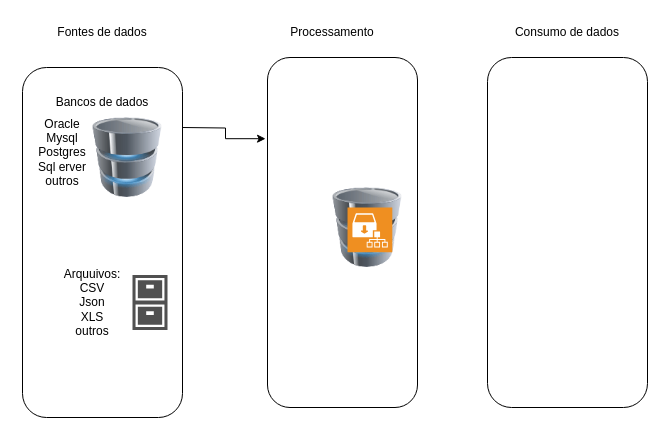
This is ebook.drawio from jaimesilvads/ebook, a draw.io file, before an edit. Source tidied: cells renumbered, new cells numbered last; positions are measured from the earlier drawing's top-left corner, leaving out a move shared by most shapes. Both pictures are drawn from the tidied source at 100%, with x=0, y=0 at pixel (17, 17).
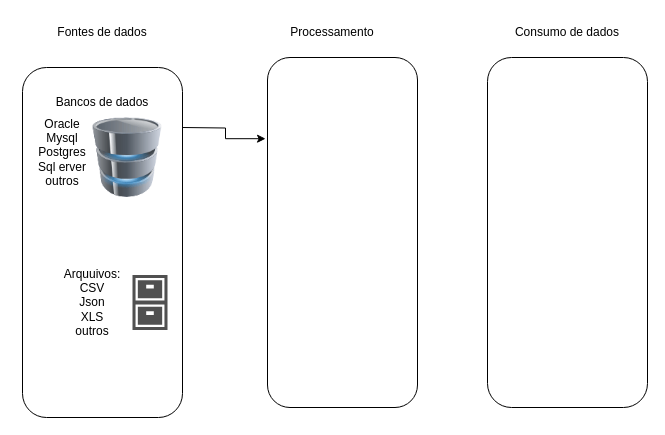
After the change.

Change to the diagram source:
```diff
@@
 <mxGraphModel>
   <root>
     <mxCell id="0" />
     <mxCell id="1" parent="0" />
     <mxCell id="2" style="edgeStyle=orthogonalEdgeStyle;rounded=0;jettySize=auto;html=1;entryX=-0.013;entryY=0.232;entryDx=0;entryDy=0;entryPerimeter=0;" parent="1" edge="1" target="4">
       <mxGeometry relative="1" as="geometry">
         <mxPoint x="165" y="110" as="sourcePoint" />
       </mxGeometry>
     </mxCell>
     <mxCell id="3" style="rounded=1;whiteSpace=wrap;html=1;" parent="1" vertex="1">
       <mxGeometry x="5" y="50" width="160" height="350" as="geometry" />
     </mxCell>
     <mxCell id="4" style="rounded=1;whiteSpace=wrap;html=1;" parent="1" vertex="1">
       <mxGeometry x="250" y="40" width="150" height="350" as="geometry" />
     </mxCell>
     <mxCell id="5" style="rounded=1;whiteSpace=wrap;html=1;" parent="1" vertex="1">
       <mxGeometry x="470" y="40" width="160" height="350" as="geometry" />
     </mxCell>
     <mxCell id="6" value="Fontes de dados" style="text;strokeColor=none;align=center;fillColor=none;html=1;verticalAlign=middle;whiteSpace=wrap;rounded=0;" parent="1" vertex="1">
       <mxGeometry x="10" width="150" height="30" as="geometry" />
     </mxCell>
     <mxCell id="7" value="Processamento" style="text;strokeColor=none;align=center;fillColor=none;html=1;verticalAlign=middle;whiteSpace=wrap;rounded=0;" parent="1" vertex="1">
       <mxGeometry x="240" width="150" height="30" as="geometry" />
     </mxCell>
     <mxCell id="8" value="Consumo de dados" style="text;strokeColor=none;align=center;fillColor=none;html=1;verticalAlign=middle;whiteSpace=wrap;rounded=0;" parent="1" vertex="1">
       <mxGeometry x="475" width="150" height="30" as="geometry" />
     </mxCell>
     <mxCell id="9" style="image;html=1;image=img/lib/clip_art/computers/Database_128x128.png;" parent="1" vertex="1">
       <mxGeometry x="70" y="100" width="80" height="80" as="geometry" />
     </mxCell>
-    <mxCell id="10" style="image;html=1;image=img/lib/clip_art/computers/Database_128x128.png;" parent="1" vertex="1">
-      <mxGeometry x="310" y="170" width="80" height="80" as="geometry" />
-    </mxCell>
-    <mxCell id="11" style="shadow=0;dashed=0;html=1;strokeColor=none;fillColor=#EF8F21;labelPosition=center;verticalLabelPosition=bottom;verticalAlign=top;align=center;shape=mxgraph.veeam.archive_tier;" parent="1" vertex="1">
-      <mxGeometry x="330" y="190" width="44.8" height="44.8" as="geometry" />
-    </mxCell>
     <mxCell id="12" style="sketch=0;shadow=0;dashed=0;html=1;strokeColor=none;fillColor=#505050;labelPosition=center;verticalLabelPosition=bottom;verticalAlign=top;align=center;shape=mxgraph.office.concepts.archive;" parent="1" vertex="1">
       <mxGeometry x="115" y="257.5" width="35" height="55" as="geometry" />
     </mxCell>
     <mxCell id="13" value="Bancos de dados" style="text;strokeColor=none;align=center;fillColor=none;html=1;verticalAlign=middle;whiteSpace=wrap;rounded=0;" parent="1" vertex="1">
       <mxGeometry x="10" y="70" width="150" height="30" as="geometry" />
     </mxCell>
     <mxCell id="14" value="Arquuivos:&lt;br&gt;CSV&lt;br&gt;Json&lt;br&gt;XLS&lt;br&gt;outros&lt;br&gt;" style="text;strokeColor=none;align=center;fillColor=none;html=1;verticalAlign=middle;whiteSpace=wrap;rounded=0;" parent="1" vertex="1">
       <mxGeometry y="270" width="150" height="30" as="geometry" />
     </mxCell>
     <mxCell id="15" value="Oracle&lt;br&gt;Mysql&lt;br&gt;Postgres&lt;br&gt;Sql erver&lt;br&gt;outros" style="text;strokeColor=none;align=center;fillColor=none;html=1;verticalAlign=middle;whiteSpace=wrap;rounded=0;" parent="1" vertex="1">
       <mxGeometry x="10" y="120" width="70" height="30" as="geometry" />
     </mxCell>
   </root>
 </mxGraphModel>
```
